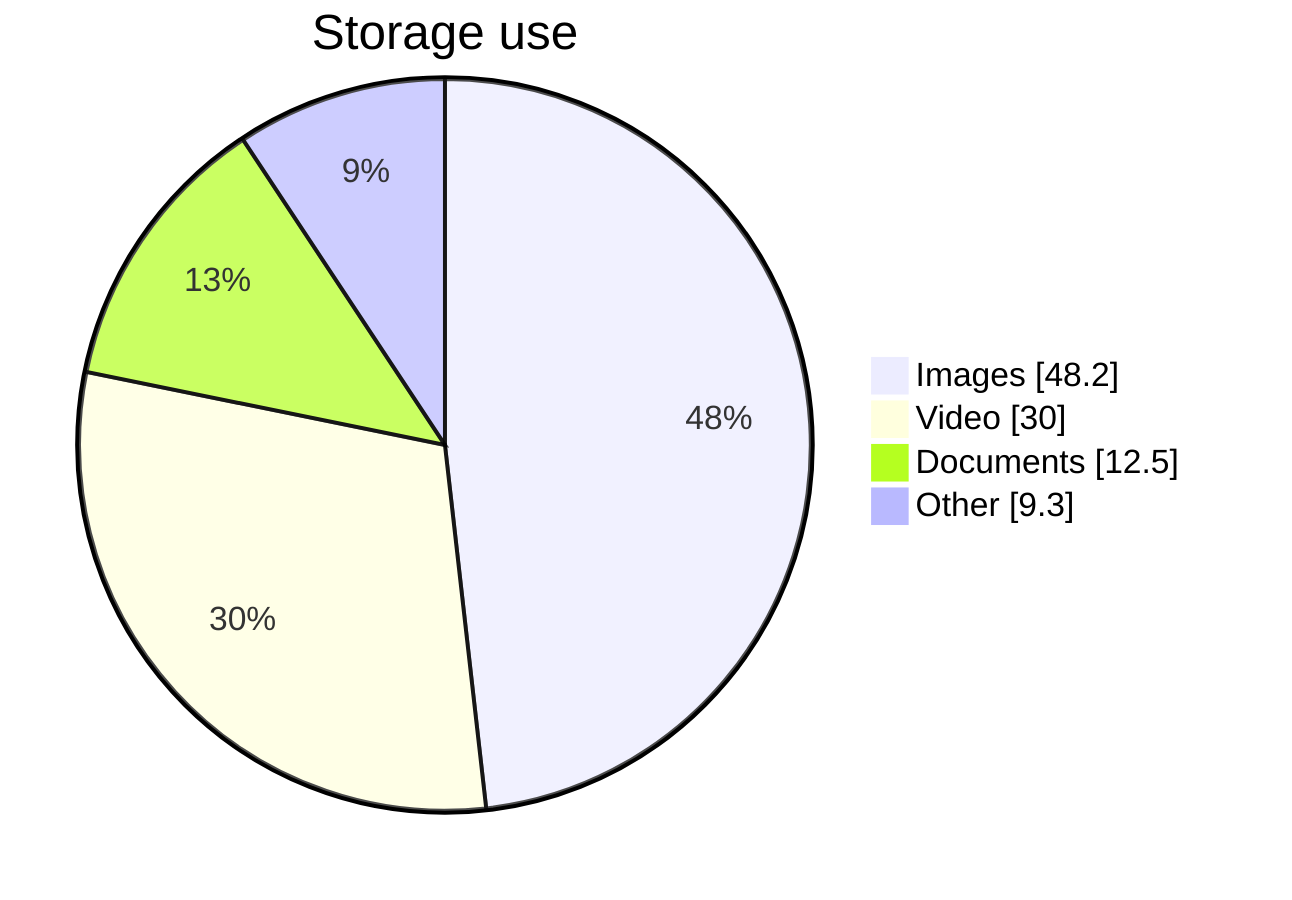
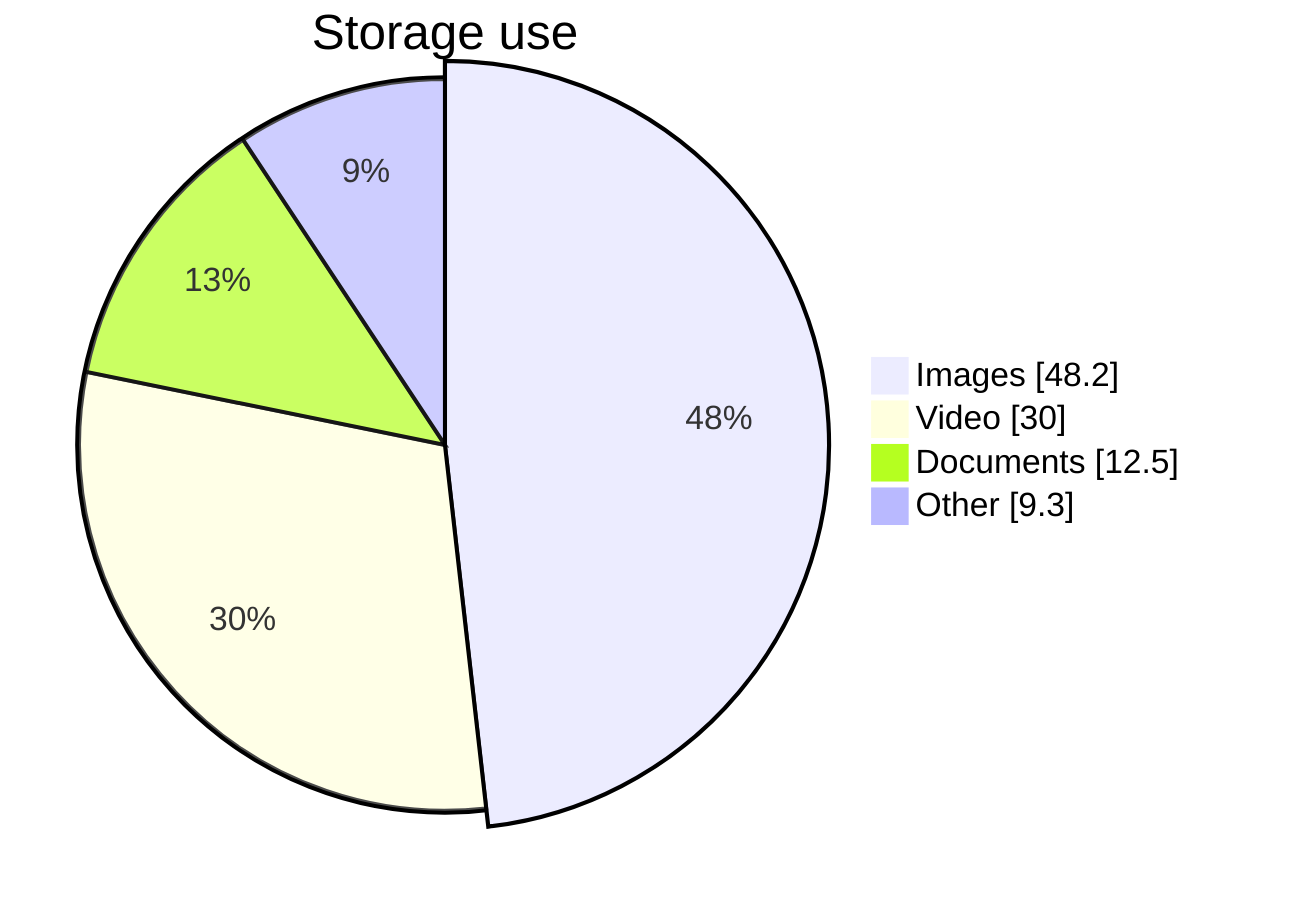
+ ---
+ config:
+   pie:
+     highlightSlice: Images
+ ---
pie showData
  title Storage use
  "Images" : 48.2
  "Video" : 30
  "Documents" : 12.5
  "Other" : 9.3
